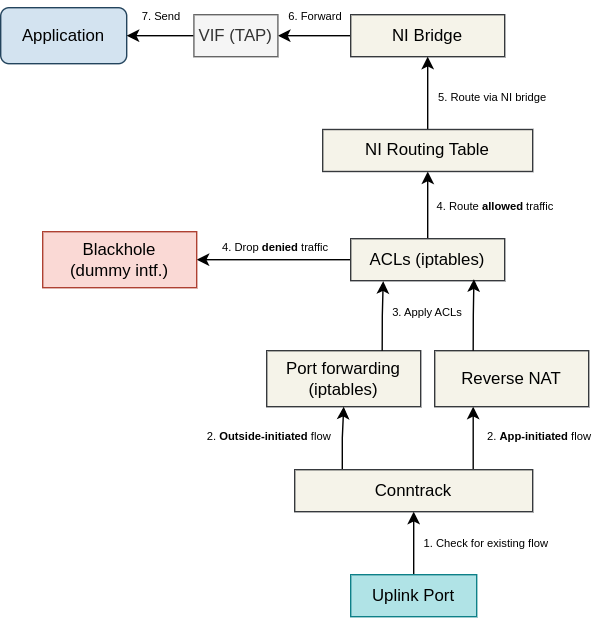
Above: docs/images/eve-app-packet-flow-inbound.png in lf-edge/eve (draw.io), before the change. Source tidied: cells renumbered, new cells last; positions are measured from the earlier drawing's top-left corner, leaving out a move shared by most shapes.
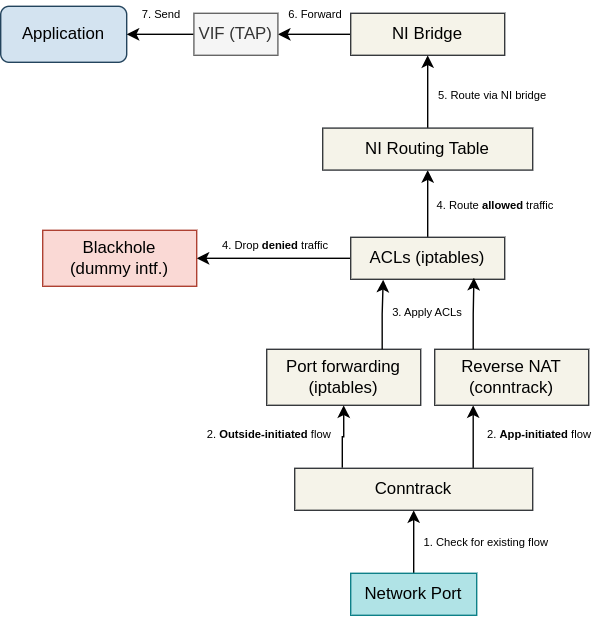
After the change.

The edit, as a diff of the source:
```diff
@@ -38,7 +38,7 @@
     <mxCell id="13" style="edgeStyle=orthogonalEdgeStyle;rounded=0;jettySize=auto;html=1;exitX=0.5;exitY=0;exitDx=0;exitDy=0;entryX=0.5;entryY=1;entryDx=0;entryDy=0;" parent="1" edge="1" source="14" target="21">
       <mxGeometry relative="1" as="geometry" />
     </mxCell>
-    <mxCell id="14" value="Uplink Port" style="rounded=0;whiteSpace=wrap;html=1;fillColor=#b0e3e6;strokeColor=#0e8088;" parent="1" vertex="1">
+    <mxCell id="14" value="Network Port" style="rounded=0;whiteSpace=wrap;html=1;fillColor=#b0e3e6;strokeColor=#0e8088;" parent="1" vertex="1">
       <mxGeometry x="250" y="410" width="90" height="30" as="geometry" />
     </mxCell>
     <mxCell id="15" value="&lt;font style=&quot;font-size: 8px;&quot;&gt;1. Check for existing flow&lt;/font&gt;" style="text;html=1;strokeColor=none;fillColor=none;align=center;verticalAlign=middle;whiteSpace=wrap;rounded=0;" parent="1" vertex="1">
@@ -71,7 +71,7 @@
     <mxCell id="24" style="edgeStyle=orthogonalEdgeStyle;rounded=0;jettySize=auto;html=1;exitX=0.75;exitY=0;exitDx=0;exitDy=0;entryX=0.211;entryY=1.011;entryDx=0;entryDy=0;entryPerimeter=0;" parent="1" edge="1" source="18" target="9">
       <mxGeometry relative="1" as="geometry" />
     </mxCell>
-    <mxCell id="25" value="Reverse NAT" style="rounded=0;whiteSpace=wrap;html=1;fillColor=#F5F3E9;strokeColor=#36393d;" parent="1" vertex="1">
+    <mxCell id="25" value="Reverse NAT&lt;div&gt;(conntrack)&lt;/div&gt;" style="rounded=0;whiteSpace=wrap;html=1;fillColor=#F5F3E9;strokeColor=#36393d;" parent="1" vertex="1">
       <mxGeometry x="310" y="250" width="110" height="40" as="geometry" />
     </mxCell>
     <mxCell id="26" style="edgeStyle=orthogonalEdgeStyle;rounded=0;jettySize=auto;html=1;exitX=0.25;exitY=0;exitDx=0;exitDy=0;entryX=0.8;entryY=0.965;entryDx=0;entryDy=0;entryPerimeter=0;" parent="1" edge="1" source="25" target="9">
```
